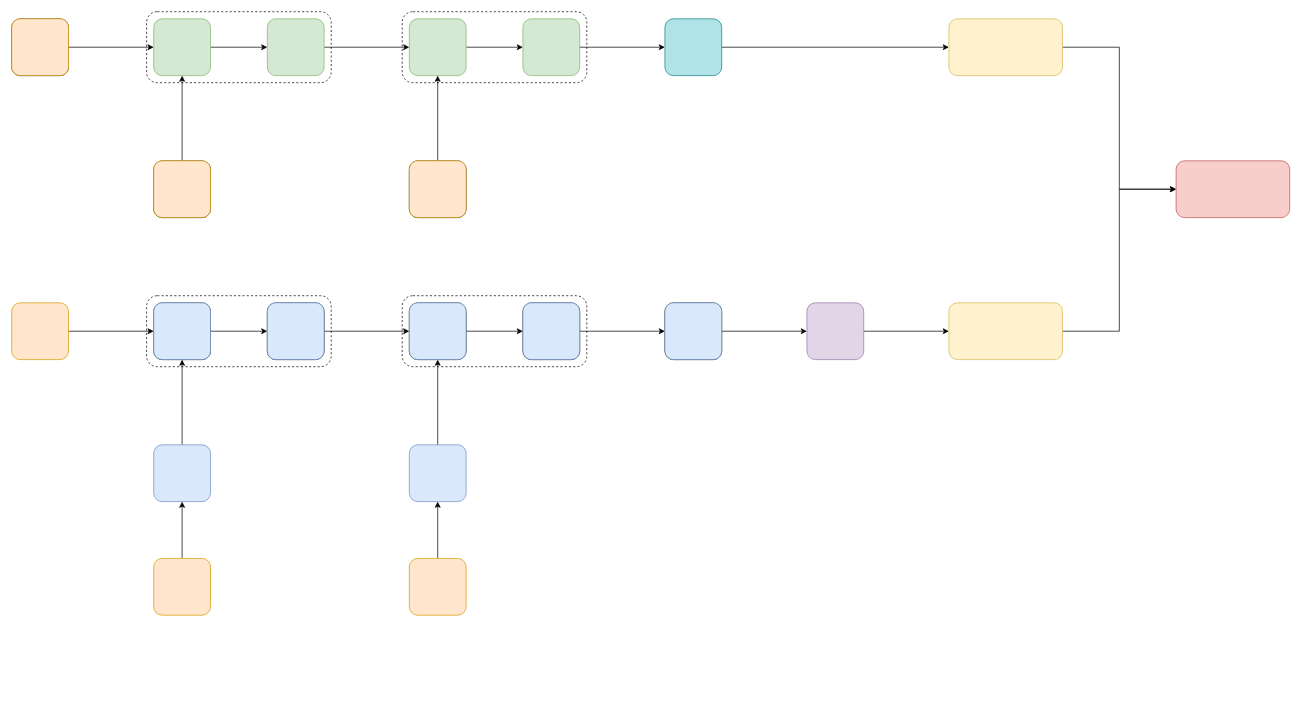
Before: CCS2.drawio in Student2Pro/vnncomp2021, a draw.io diagram. Source tidied: cells renumbered, new cells numbered last; positions are measured from the earlier drawing's top-left corner, leaving out a move shared by most shapes. Both pictures are drawn from the tidied source at 71%, with x=0, y=0 at pixel (11, 11).
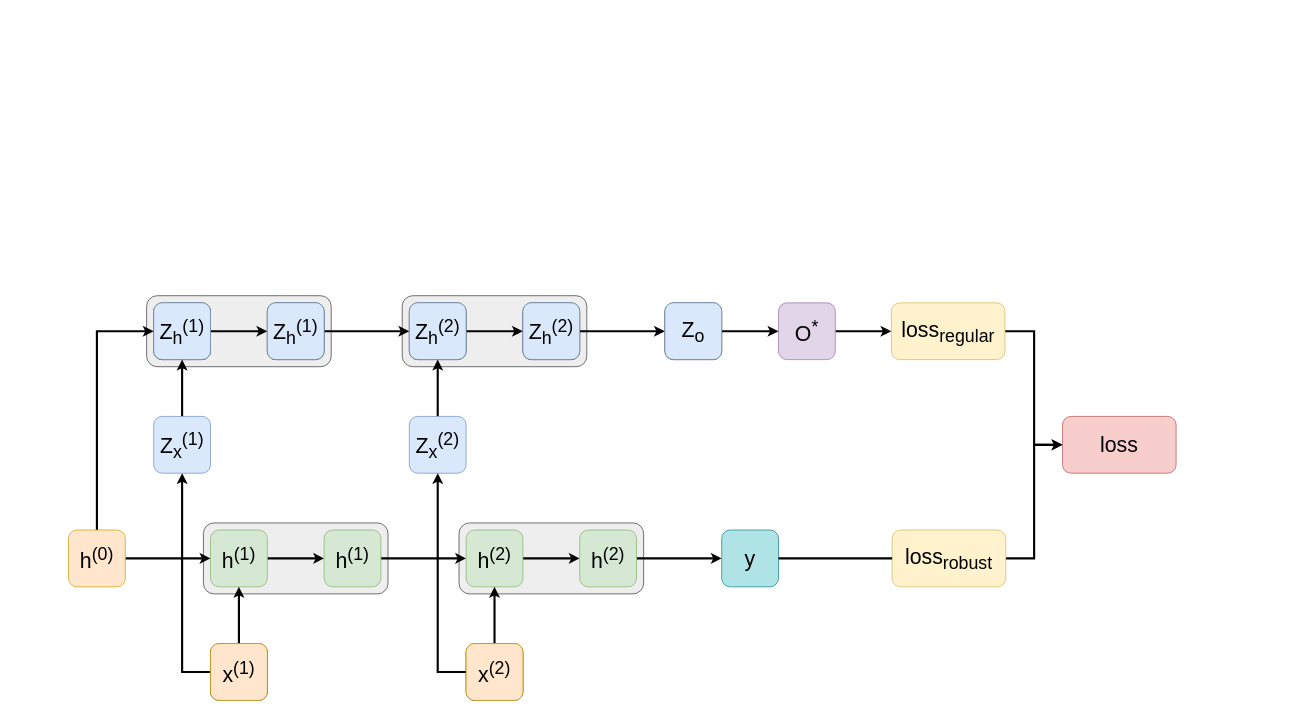
Above is the later version.

The change refers to these unchanged cells:
```xml
<mxCell id="32" style="rounded=1;whiteSpace=wrap;html=1;" parent="1" vertex="1">
  <mxGeometry x="200" y="410" width="80" height="80" as="geometry" />
</mxCell>
<mxCell id="34" style="rounded=1;whiteSpace=wrap;html=1;" parent="1" vertex="1">
  <mxGeometry x="360" y="410" width="80" height="80" as="geometry" />
</mxCell>
<mxCell id="38" style="rounded=1;whiteSpace=wrap;html=1;" parent="1" vertex="1">
  <mxGeometry x="560" y="410" width="80" height="80" as="geometry" />
</mxCell>
<mxCell id="40" style="rounded=1;whiteSpace=wrap;html=1;" parent="1" vertex="1">
  <mxGeometry x="720" y="410" width="80" height="80" as="geometry" />
</mxCell>
<mxCell id="44" style="rounded=1;whiteSpace=wrap;html=1;" parent="1" vertex="1">
  <mxGeometry x="920" y="410" width="80" height="80" as="geometry" />
</mxCell>
```

The edit, as a diff of the source:
```diff
@@
-    <mxCell id="2" style="rounded=1;whiteSpace=wrap;html=1;dashed=1;" parent="1" vertex="1">
+    <mxCell id="2" style="rounded=1;whiteSpace=wrap;html=1;fillColor=#eeeeee;strokeColor=#36393d;" parent="1" vertex="1">
       <mxGeometry x="550" y="400" width="260" height="100" as="geometry" />
     </mxCell>
-    <mxCell id="3" style="rounded=1;whiteSpace=wrap;html=1;dashed=1;" parent="1" vertex="1">
+    <mxCell id="3" style="rounded=1;whiteSpace=wrap;html=1;fillColor=#eeeeee;strokeColor=#36393d;" parent="1" vertex="1">
       <mxGeometry x="190" y="400" width="260" height="100" as="geometry" />
     </mxCell>
-    <mxCell id="4" style="rounded=1;whiteSpace=wrap;html=1;dashed=1;" parent="1" vertex="1">
-      <mxGeometry x="550" width="260" height="100" as="geometry" />
-    </mxCell>
-    <mxCell id="5" style="rounded=1;whiteSpace=wrap;html=1;dashed=1;" parent="1" vertex="1">
-      <mxGeometry x="190" width="260" height="100" as="geometry" />
-    </mxCell>
-    <mxCell id="6" style="edgeStyle=orthogonalEdgeStyle;rounded=0;jettySize=auto;html=1;" parent="1" edge="1" source="7" target="9">
-      <mxGeometry relative="1" as="geometry" />
-    </mxCell>
-    <mxCell id="7" style="rounded=1;whiteSpace=wrap;html=1;" parent="1" vertex="1">
-      <mxGeometry y="10" width="80" height="80" as="geometry" />
-    </mxCell>
-    <mxCell id="8" style="edgeStyle=orthogonalEdgeStyle;rounded=0;jettySize=auto;html=1;" parent="1" edge="1" source="9" target="11">
-      <mxGeometry relative="1" as="geometry" />
-    </mxCell>
-    <mxCell id="9" style="rounded=1;whiteSpace=wrap;html=1;fillColor=#d5e8d4;strokeColor=#82b366;" parent="1" vertex="1">
-      <mxGeometry x="200" y="10" width="80" height="80" as="geometry" />
-    </mxCell>
-    <mxCell id="10" style="edgeStyle=orthogonalEdgeStyle;rounded=0;jettySize=auto;html=1;" parent="1" edge="1" source="11" target="15">
-      <mxGeometry relative="1" as="geometry" />
-    </mxCell>
-    <mxCell id="11" style="rounded=1;whiteSpace=wrap;html=1;fillColor=#d5e8d4;strokeColor=#82b366;" parent="1" vertex="1">
-      <mxGeometry x="360" y="10" width="80" height="80" as="geometry" />
-    </mxCell>
-    <mxCell id="12" style="edgeStyle=orthogonalEdgeStyle;rounded=0;jettySize=auto;html=1;" parent="1" edge="1" source="13" target="9">
-      <mxGeometry relative="1" as="geometry" />
-    </mxCell>
-    <mxCell id="13" style="rounded=1;whiteSpace=wrap;html=1;" parent="1" vertex="1">
-      <mxGeometry x="200" y="210" width="80" height="80" as="geometry" />
-    </mxCell>
-    <mxCell id="14" style="edgeStyle=orthogonalEdgeStyle;rounded=0;jettySize=auto;html=1;" parent="1" edge="1" source="15" target="17">
-      <mxGeometry relative="1" as="geometry" />
-    </mxCell>
-    <mxCell id="15" style="rounded=1;whiteSpace=wrap;html=1;fillColor=#d5e8d4;strokeColor=#82b366;" parent="1" vertex="1">
-      <mxGeometry x="560" y="10" width="80" height="80" as="geometry" />
-    </mxCell>
-    <mxCell id="16" style="edgeStyle=orthogonalEdgeStyle;rounded=0;jettySize=auto;html=1;" parent="1" edge="1" source="17" target="21">
-      <mxGeometry relative="1" as="geometry" />
-    </mxCell>
-    <mxCell id="17" style="rounded=1;whiteSpace=wrap;html=1;fillColor=#d5e8d4;strokeColor=#82b366;" parent="1" vertex="1">
-      <mxGeometry x="720" y="10" width="80" height="80" as="geometry" />
-    </mxCell>
-    <mxCell id="18" style="edgeStyle=orthogonalEdgeStyle;rounded=0;jettySize=auto;html=1;" parent="1" edge="1" source="19" target="15">
-      <mxGeometry relative="1" as="geometry" />
-    </mxCell>
-    <mxCell id="19" style="rounded=1;whiteSpace=wrap;html=1;" parent="1" vertex="1">
-      <mxGeometry x="560" y="210" width="80" height="80" as="geometry" />
-    </mxCell>
-    <mxCell id="20" style="edgeStyle=orthogonalEdgeStyle;rounded=0;jettySize=auto;html=1;" parent="1" edge="1" source="21" target="27">
-      <mxGeometry relative="1" as="geometry" />
-    </mxCell>
-    <mxCell id="21" style="rounded=1;whiteSpace=wrap;html=1;fillColor=#b0e3e6;strokeColor=#0e8088;" parent="1" vertex="1">
-      <mxGeometry x="920" y="10" width="80" height="80" as="geometry" />
-    </mxCell>
-    <mxCell id="22" style="edgeStyle=orthogonalEdgeStyle;rounded=0;jettySize=auto;html=1;" parent="1" edge="1" source="23" target="25">
-      <mxGeometry relative="1" as="geometry" />
-    </mxCell>
+    <mxCell id="57" style="edgeStyle=orthogonalEdgeStyle;rounded=0;jettySize=auto;html=1;fontSize=22;strokeWidth=3;" parent="1" edge="1" source="23" target="27">
+      <mxGeometry relative="1" as="geometry" />
+    </mxCell>
-    <mxCell id="23" style="rounded=1;whiteSpace=wrap;html=1;fillColor=#e1d5e7;strokeColor=#9673a6;" parent="1" vertex="1">
-      <mxGeometry x="1120" y="410" width="80" height="80" as="geometry" />
+    <mxCell id="23" value="&lt;font style=&quot;font-size: 30px&quot;&gt;O&lt;sup&gt;*&lt;/sup&gt;&lt;/font&gt;" style="rounded=1;whiteSpace=wrap;html=1;fillColor=#e1d5e7;strokeColor=#9673a6;" parent="1" vertex="1">
+      <mxGeometry x="1080" y="410" width="80" height="80" as="geometry" />
     </mxCell>
-    <mxCell id="24" style="edgeStyle=orthogonalEdgeStyle;rounded=0;jettySize=auto;html=1;" parent="1" edge="1" source="25" target="28">
+    <mxCell id="24" style="edgeStyle=orthogonalEdgeStyle;rounded=0;jettySize=auto;html=1;strokeWidth=3;exitX=1;exitY=0.5;exitDx=0;exitDy=0;" parent="1" edge="1" source="25" target="28">
       <mxGeometry relative="1" as="geometry">
         <Array as="points">
-          <mxPoint x="1560" y="450" />
-          <mxPoint x="1560" y="250" />
+          <mxPoint x="1440" y="770" />
+          <mxPoint x="1440" y="610" />
         </Array>
       </mxGeometry>
     </mxCell>
-    <mxCell id="25" style="rounded=1;whiteSpace=wrap;html=1;fillColor=#fff2cc;strokeColor=#d6b656;" parent="1" vertex="1">
-      <mxGeometry x="1320" y="410" width="160" height="80" as="geometry" />
-    </mxCell>
-    <mxCell id="26" style="edgeStyle=orthogonalEdgeStyle;rounded=0;jettySize=auto;html=1;" parent="1" edge="1" source="27" target="28">
+    <mxCell id="26" style="edgeStyle=orthogonalEdgeStyle;rounded=0;jettySize=auto;html=1;strokeWidth=3;" parent="1" edge="1" source="27" target="28">
       <mxGeometry relative="1" as="geometry">
         <Array as="points">
-          <mxPoint x="1560" y="50" />
-          <mxPoint x="1560" y="250" />
+          <mxPoint x="1440" y="450" />
+          <mxPoint x="1440" y="610" />
         </Array>
       </mxGeometry>
     </mxCell>
-    <mxCell id="27" style="rounded=1;whiteSpace=wrap;html=1;fillColor=#fff2cc;strokeColor=#d6b656;" parent="1" vertex="1">
-      <mxGeometry x="1320" y="10" width="160" height="80" as="geometry" />
+    <mxCell id="27" value="&lt;font style=&quot;font-size: 30px&quot;&gt;loss&lt;sub&gt;regular&lt;/sub&gt;&lt;/font&gt;" style="rounded=1;whiteSpace=wrap;html=1;fillColor=#fff2cc;strokeColor=#d6b656;" parent="1" vertex="1">
+      <mxGeometry x="1239" y="410" width="160" height="80" as="geometry" />
     </mxCell>
-    <mxCell id="28" style="rounded=1;whiteSpace=wrap;html=1;fillColor=#f8cecc;strokeColor=#b85450;" parent="1" vertex="1">
-      <mxGeometry x="1640" y="210" width="160" height="80" as="geometry" />
+    <mxCell id="28" value="&lt;font style=&quot;font-size: 30px&quot;&gt;loss&lt;/font&gt;" style="rounded=1;whiteSpace=wrap;html=1;fillColor=#f8cecc;strokeColor=#b85450;" parent="1" vertex="1">
+      <mxGeometry x="1480" y="570" width="160" height="80" as="geometry" />
     </mxCell>
-    <mxCell id="29" style="edgeStyle=orthogonalEdgeStyle;rounded=0;jettySize=auto;html=1;" parent="1" edge="1" source="30" target="32">
-      <mxGeometry relative="1" as="geometry" />
-    </mxCell>
-    <mxCell id="30" style="rounded=1;whiteSpace=wrap;html=1;fillColor=#ffe6cc;strokeColor=#d79b00;" parent="1" vertex="1">
-      <mxGeometry y="410" width="80" height="80" as="geometry" />
-    </mxCell>
-    <mxCell id="31" style="edgeStyle=orthogonalEdgeStyle;rounded=0;jettySize=auto;html=1;" parent="1" edge="1" source="32" target="34">
+    <mxCell id="31" style="edgeStyle=orthogonalEdgeStyle;rounded=0;jettySize=auto;html=1;strokeWidth=3;" parent="1" edge="1" source="32" target="34">
       <mxGeometry relative="1" as="geometry" />
     </mxCell>
@@
-    <mxCell id="33" style="edgeStyle=orthogonalEdgeStyle;rounded=0;jettySize=auto;html=1;" parent="1" edge="1" source="34" target="38">
+    <mxCell id="33" style="edgeStyle=orthogonalEdgeStyle;rounded=0;jettySize=auto;html=1;strokeWidth=3;" parent="1" edge="1" source="34" target="38">
       <mxGeometry relative="1" as="geometry" />
     </mxCell>
@@
-    <mxCell id="35" style="edgeStyle=orthogonalEdgeStyle;rounded=0;jettySize=auto;html=1;" parent="1" edge="1" source="36" target="32">
+    <mxCell id="35" style="edgeStyle=orthogonalEdgeStyle;rounded=0;jettySize=auto;html=1;strokeWidth=3;" parent="1" edge="1" source="36" target="32">
       <mxGeometry relative="1" as="geometry" />
     </mxCell>
-    <mxCell id="36" style="rounded=1;whiteSpace=wrap;html=1;fillColor=#dae8fc;strokeColor=#6c8ebf;" parent="1" vertex="1">
-      <mxGeometry x="200" y="610" width="80" height="80" as="geometry" />
+    <mxCell id="36" value="&lt;font style=&quot;font-size: 30px&quot;&gt;Z&lt;sub&gt;x&lt;/sub&gt;&lt;sup&gt;(1)&lt;/sup&gt;&lt;/font&gt;" style="rounded=1;whiteSpace=wrap;html=1;fillColor=#dae8fc;strokeColor=#6c8ebf;" parent="1" vertex="1">
+      <mxGeometry x="200" y="570" width="80" height="80" as="geometry" />
     </mxCell>
-    <mxCell id="37" style="edgeStyle=orthogonalEdgeStyle;rounded=0;jettySize=auto;html=1;" parent="1" edge="1" source="38" target="40">
+    <mxCell id="37" style="edgeStyle=orthogonalEdgeStyle;rounded=0;jettySize=auto;html=1;strokeWidth=3;" parent="1" edge="1" source="38" target="40">
       <mxGeometry relative="1" as="geometry" />
     </mxCell>
@@
-    <mxCell id="39" style="edgeStyle=orthogonalEdgeStyle;rounded=0;jettySize=auto;html=1;" parent="1" edge="1" source="40" target="44">
+    <mxCell id="39" style="edgeStyle=orthogonalEdgeStyle;rounded=0;jettySize=auto;html=1;strokeWidth=3;" parent="1" edge="1" source="40" target="44">
       <mxGeometry relative="1" as="geometry" />
     </mxCell>
@@
-    <mxCell id="41" style="edgeStyle=orthogonalEdgeStyle;rounded=0;jettySize=auto;html=1;" parent="1" edge="1" source="42" target="38">
+    <mxCell id="41" style="edgeStyle=orthogonalEdgeStyle;rounded=0;jettySize=auto;html=1;strokeWidth=3;" parent="1" edge="1" source="42" target="38">
       <mxGeometry relative="1" as="geometry" />
     </mxCell>
-    <mxCell id="42" style="rounded=1;whiteSpace=wrap;html=1;fillColor=#dae8fc;strokeColor=#6c8ebf;" parent="1" vertex="1">
-      <mxGeometry x="560" y="610" width="80" height="80" as="geometry" />
+    <mxCell id="42" value="&lt;font style=&quot;font-size: 30px&quot;&gt;Z&lt;sub&gt;x&lt;/sub&gt;&lt;sup&gt;(2)&lt;/sup&gt;&lt;/font&gt;" style="rounded=1;whiteSpace=wrap;html=1;fillColor=#dae8fc;strokeColor=#6c8ebf;" parent="1" vertex="1">
+      <mxGeometry x="560" y="570" width="80" height="80" as="geometry" />
     </mxCell>
-    <mxCell id="43" style="edgeStyle=orthogonalEdgeStyle;rounded=0;jettySize=auto;html=1;" parent="1" edge="1" source="44" target="23">
+    <mxCell id="43" style="edgeStyle=orthogonalEdgeStyle;rounded=0;jettySize=auto;html=1;strokeWidth=3;" parent="1" edge="1" source="44" target="23">
       <mxGeometry relative="1" as="geometry" />
     </mxCell>
@@
-    <mxCell id="45" style="edgeStyle=orthogonalEdgeStyle;rounded=0;jettySize=auto;html=1;" parent="1" edge="1" source="46" target="36">
-      <mxGeometry relative="1" as="geometry" />
-    </mxCell>
-    <mxCell id="46" style="rounded=1;whiteSpace=wrap;html=1;fillColor=#ffe6cc;strokeColor=#d79b00;" parent="1" vertex="1">
-      <mxGeometry x="200" y="770" width="80" height="80" as="geometry" />
-    </mxCell>
-    <mxCell id="47" style="edgeStyle=orthogonalEdgeStyle;rounded=0;jettySize=auto;html=1;" parent="1" edge="1" source="48" target="42">
-      <mxGeometry relative="1" as="geometry" />
-    </mxCell>
-    <mxCell id="48" style="rounded=1;whiteSpace=wrap;html=1;fillColor=#ffe6cc;strokeColor=#d79b00;" parent="1" vertex="1">
-      <mxGeometry x="560" y="770" width="80" height="80" as="geometry" />
-    </mxCell>
-    <mxCell id="49" style="rounded=1;whiteSpace=wrap;html=1;fillColor=#ffe6cc;strokeColor=#d79b00;" parent="1" vertex="1">
-      <mxGeometry y="10" width="80" height="80" as="geometry" />
-    </mxCell>
-    <mxCell id="50" style="rounded=1;whiteSpace=wrap;html=1;fillColor=#ffe6cc;strokeColor=#d79b00;" parent="1" vertex="1">
-      <mxGeometry x="200" y="210" width="80" height="80" as="geometry" />
-    </mxCell>
-    <mxCell id="51" style="rounded=1;whiteSpace=wrap;html=1;fillColor=#ffe6cc;strokeColor=#d79b00;" parent="1" vertex="1">
-      <mxGeometry x="560" y="210" width="80" height="80" as="geometry" />
-    </mxCell>
-    <mxCell id="52" style="rounded=1;whiteSpace=wrap;html=1;fillColor=#dae8fc;strokeColor=#6c8ebf;" parent="1" vertex="1">
+    <mxCell id="52" value="&lt;font style=&quot;font-size: 30px&quot;&gt;Z&lt;sub&gt;h&lt;/sub&gt;&lt;sup&gt;(1)&lt;/sup&gt;&lt;/font&gt;" style="rounded=1;whiteSpace=wrap;html=1;fillColor=#dae8fc;strokeColor=#6c8ebf;" parent="1" vertex="1">
       <mxGeometry x="200" y="410" width="80" height="80" as="geometry" />
     </mxCell>
-    <mxCell id="53" style="rounded=1;whiteSpace=wrap;html=1;fillColor=#dae8fc;strokeColor=#6c8ebf;" parent="1" vertex="1">
+    <mxCell id="53" value="&lt;font style=&quot;font-size: 30px&quot;&gt;Z&lt;sub&gt;h&lt;/sub&gt;&lt;sup&gt;(1)&lt;/sup&gt;&lt;/font&gt;" style="rounded=1;whiteSpace=wrap;html=1;fillColor=#dae8fc;strokeColor=#6c8ebf;" parent="1" vertex="1">
       <mxGeometry x="360" y="410" width="80" height="80" as="geometry" />
     </mxCell>
-    <mxCell id="54" style="rounded=1;whiteSpace=wrap;html=1;fillColor=#dae8fc;strokeColor=#6c8ebf;" parent="1" vertex="1">
+    <mxCell id="54" value="&lt;font style=&quot;font-size: 30px&quot;&gt;Z&lt;sub&gt;h&lt;/sub&gt;&lt;sup&gt;(2)&lt;/sup&gt;&lt;/font&gt;" style="rounded=1;whiteSpace=wrap;html=1;fillColor=#dae8fc;strokeColor=#6c8ebf;" parent="1" vertex="1">
       <mxGeometry x="560" y="410" width="80" height="80" as="geometry" />
     </mxCell>
-    <mxCell id="55" style="rounded=1;whiteSpace=wrap;html=1;fillColor=#dae8fc;strokeColor=#6c8ebf;" parent="1" vertex="1">
+    <mxCell id="55" value="&lt;font style=&quot;font-size: 30px&quot;&gt;Z&lt;sub&gt;h&lt;/sub&gt;&lt;sup&gt;(2)&lt;/sup&gt;&lt;/font&gt;" style="rounded=1;whiteSpace=wrap;html=1;fillColor=#dae8fc;strokeColor=#6c8ebf;" parent="1" vertex="1">
       <mxGeometry x="720" y="410" width="80" height="80" as="geometry" />
     </mxCell>
-    <mxCell id="56" style="rounded=1;whiteSpace=wrap;html=1;fillColor=#dae8fc;strokeColor=#6c8ebf;" parent="1" vertex="1">
+    <mxCell id="56" value="&lt;font style=&quot;font-size: 30px&quot;&gt;Z&lt;sub&gt;o&lt;/sub&gt;&lt;/font&gt;" style="rounded=1;whiteSpace=wrap;html=1;fillColor=#dae8fc;strokeColor=#6c8ebf;" parent="1" vertex="1">
       <mxGeometry x="920" y="410" width="80" height="80" as="geometry" />
     </mxCell>
+    <mxCell id="58" style="rounded=1;whiteSpace=wrap;html=1;fillColor=#eeeeee;strokeColor=#36393d;" parent="1" vertex="1">
+      <mxGeometry x="630" y="720" width="260" height="100" as="geometry" />
+    </mxCell>
+    <mxCell id="59" style="rounded=1;whiteSpace=wrap;html=1;fillColor=#eeeeee;strokeColor=#36393d;" parent="1" vertex="1">
+      <mxGeometry x="270" y="720" width="260" height="100" as="geometry" />
+    </mxCell>
+    <mxCell id="60" style="edgeStyle=orthogonalEdgeStyle;rounded=0;jettySize=auto;html=1;strokeWidth=3;" parent="1" edge="1" source="61" target="63">
+      <mxGeometry relative="1" as="geometry" />
+    </mxCell>
+    <mxCell id="61" value="&lt;font style=&quot;font-size: 30px&quot;&gt;h&lt;sup&gt;(1)&lt;/sup&gt;&lt;/font&gt;" style="rounded=1;whiteSpace=wrap;html=1;fillColor=#d5e8d4;strokeColor=#82b366;" parent="1" vertex="1">
+      <mxGeometry x="280" y="730" width="80" height="80" as="geometry" />
+    </mxCell>
+    <mxCell id="62" style="edgeStyle=orthogonalEdgeStyle;rounded=0;jettySize=auto;html=1;strokeWidth=3;" parent="1" edge="1" source="63" target="67">
+      <mxGeometry relative="1" as="geometry" />
+    </mxCell>
+    <mxCell id="63" value="&lt;font style=&quot;font-size: 30px&quot;&gt;h&lt;sup&gt;(1)&lt;/sup&gt;&lt;/font&gt;" style="rounded=1;whiteSpace=wrap;html=1;fillColor=#d5e8d4;strokeColor=#82b366;" parent="1" vertex="1">
+      <mxGeometry x="440" y="730" width="80" height="80" as="geometry" />
+    </mxCell>
+    <mxCell id="64" style="edgeStyle=orthogonalEdgeStyle;rounded=0;jettySize=auto;html=1;strokeWidth=3;" parent="1" edge="1" source="65" target="61">
+      <mxGeometry relative="1" as="geometry" />
+    </mxCell>
+    <mxCell id="65" style="rounded=1;whiteSpace=wrap;html=1;" parent="1" vertex="1">
+      <mxGeometry x="280" y="890" width="80" height="80" as="geometry" />
+    </mxCell>
+    <mxCell id="66" style="edgeStyle=orthogonalEdgeStyle;rounded=0;jettySize=auto;html=1;strokeWidth=3;" parent="1" edge="1" source="67" target="69">
+      <mxGeometry relative="1" as="geometry" />
+    </mxCell>
+    <mxCell id="67" value="&lt;font style=&quot;font-size: 30px&quot;&gt;h&lt;sup&gt;(2)&lt;/sup&gt;&lt;/font&gt;" style="rounded=1;whiteSpace=wrap;html=1;fillColor=#d5e8d4;strokeColor=#82b366;" parent="1" vertex="1">
+      <mxGeometry x="640" y="730" width="80" height="80" as="geometry" />
+    </mxCell>
+    <mxCell id="68" style="edgeStyle=orthogonalEdgeStyle;rounded=0;jettySize=auto;html=1;strokeWidth=3;" parent="1" edge="1" source="69" target="73">
+      <mxGeometry relative="1" as="geometry" />
+    </mxCell>
+    <mxCell id="69" value="&lt;font style=&quot;font-size: 30px&quot;&gt;h&lt;sup&gt;(2)&lt;/sup&gt;&lt;/font&gt;" style="rounded=1;whiteSpace=wrap;html=1;fillColor=#d5e8d4;strokeColor=#82b366;" parent="1" vertex="1">
+      <mxGeometry x="800" y="730" width="80" height="80" as="geometry" />
+    </mxCell>
+    <mxCell id="70" style="edgeStyle=orthogonalEdgeStyle;rounded=0;jettySize=auto;html=1;strokeWidth=3;" parent="1" edge="1" source="71" target="67">
+      <mxGeometry relative="1" as="geometry" />
+    </mxCell>
+    <mxCell id="71" style="rounded=1;whiteSpace=wrap;html=1;" parent="1" vertex="1">
+      <mxGeometry x="640" y="890" width="80" height="80" as="geometry" />
+    </mxCell>
+    <mxCell id="72" style="edgeStyle=orthogonalEdgeStyle;rounded=0;jettySize=auto;html=1;strokeWidth=3;startArrow=none;exitX=1;exitY=0.5;exitDx=0;exitDy=0;" parent="1" edge="1" source="25">
+      <mxGeometry relative="1" as="geometry">
+        <mxPoint x="1400" y="770" as="targetPoint" />
+      </mxGeometry>
+    </mxCell>
+    <mxCell id="73" value="&lt;font style=&quot;font-size: 30px&quot;&gt;y&lt;/font&gt;" style="rounded=1;whiteSpace=wrap;html=1;fillColor=#b0e3e6;strokeColor=#0e8088;" parent="1" vertex="1">
+      <mxGeometry x="1000" y="730" width="80" height="80" as="geometry" />
+    </mxCell>
+    <mxCell id="74" style="edgeStyle=orthogonalEdgeStyle;rounded=0;jettySize=auto;html=1;fontSize=22;strokeWidth=3;exitX=1;exitY=0.5;exitDx=0;exitDy=0;" parent="1" edge="1" source="76" target="61">
+      <mxGeometry relative="1" as="geometry" />
+    </mxCell>
+    <mxCell id="75" style="edgeStyle=orthogonalEdgeStyle;rounded=0;jettySize=auto;html=1;fontSize=22;strokeWidth=3;" parent="1" edge="1" source="76" target="52">
+      <mxGeometry relative="1" as="geometry">
+        <Array as="points">
+          <mxPoint x="120" y="450" />
+        </Array>
+      </mxGeometry>
+    </mxCell>
+    <mxCell id="76" value="&lt;font style=&quot;font-size: 30px&quot;&gt;h&lt;sup&gt;(0)&lt;/sup&gt;&lt;/font&gt;" style="rounded=1;whiteSpace=wrap;html=1;fillColor=#ffe6cc;strokeColor=#d79b00;" parent="1" vertex="1">
+      <mxGeometry x="80" y="730" width="80" height="80" as="geometry" />
+    </mxCell>
+    <mxCell id="77" style="edgeStyle=orthogonalEdgeStyle;rounded=0;jettySize=auto;html=1;fontSize=22;strokeWidth=3;" parent="1" edge="1" source="78" target="36">
+      <mxGeometry relative="1" as="geometry">
+        <Array as="points">
+          <mxPoint x="240" y="930" />
+        </Array>
+      </mxGeometry>
+    </mxCell>
+    <mxCell id="78" value="&lt;font style=&quot;font-size: 30px&quot;&gt;x&lt;sup&gt;(1)&lt;/sup&gt;&lt;/font&gt;" style="rounded=1;whiteSpace=wrap;html=1;fillColor=#ffe6cc;strokeColor=#d79b00;" parent="1" vertex="1">
+      <mxGeometry x="280" y="890" width="80" height="80" as="geometry" />
+    </mxCell>
+    <mxCell id="79" style="edgeStyle=orthogonalEdgeStyle;rounded=0;jettySize=auto;html=1;fontSize=22;strokeWidth=3;" parent="1" edge="1" source="80" target="42">
+      <mxGeometry relative="1" as="geometry">
+        <Array as="points">
+          <mxPoint x="600" y="930" />
+        </Array>
+      </mxGeometry>
+    </mxCell>
+    <mxCell id="80" value="&lt;font style=&quot;font-size: 30px&quot;&gt;x&lt;sup&gt;(2)&lt;/sup&gt;&lt;/font&gt;" style="rounded=1;whiteSpace=wrap;html=1;fillColor=#ffe6cc;strokeColor=#d79b00;" parent="1" vertex="1">
+      <mxGeometry x="640" y="890" width="80" height="80" as="geometry" />
+    </mxCell>
+    <mxCell id="25" value="&lt;font style=&quot;font-size: 30px&quot;&gt;loss&lt;sub&gt;robust&lt;/sub&gt;&lt;/font&gt;" style="rounded=1;whiteSpace=wrap;html=1;fillColor=#fff2cc;strokeColor=#d6b656;" parent="1" vertex="1">
+      <mxGeometry x="1240" y="730" width="160" height="80" as="geometry" />
+    </mxCell>
+    <mxCell id="81" style="edgeStyle=orthogonalEdgeStyle;rounded=0;jettySize=auto;html=1;strokeWidth=3;endArrow=none;" parent="1" edge="1" source="73" target="25">
+      <mxGeometry relative="1" as="geometry" />
+    </mxCell>
```
